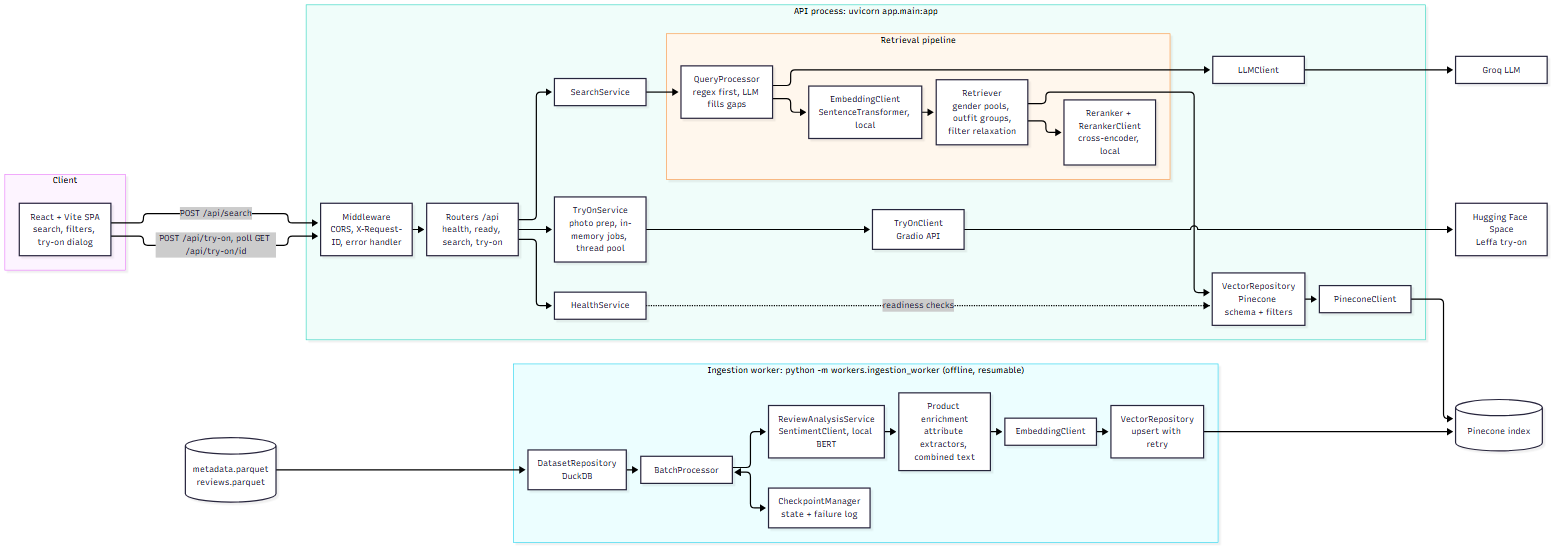
Earlier version of the Mermaid export docs/architecture.png (NeeleshPanchumarthi/Fashion-Recommendation-Sytem). Its source is kept beside it as docs/architecture.mmd.
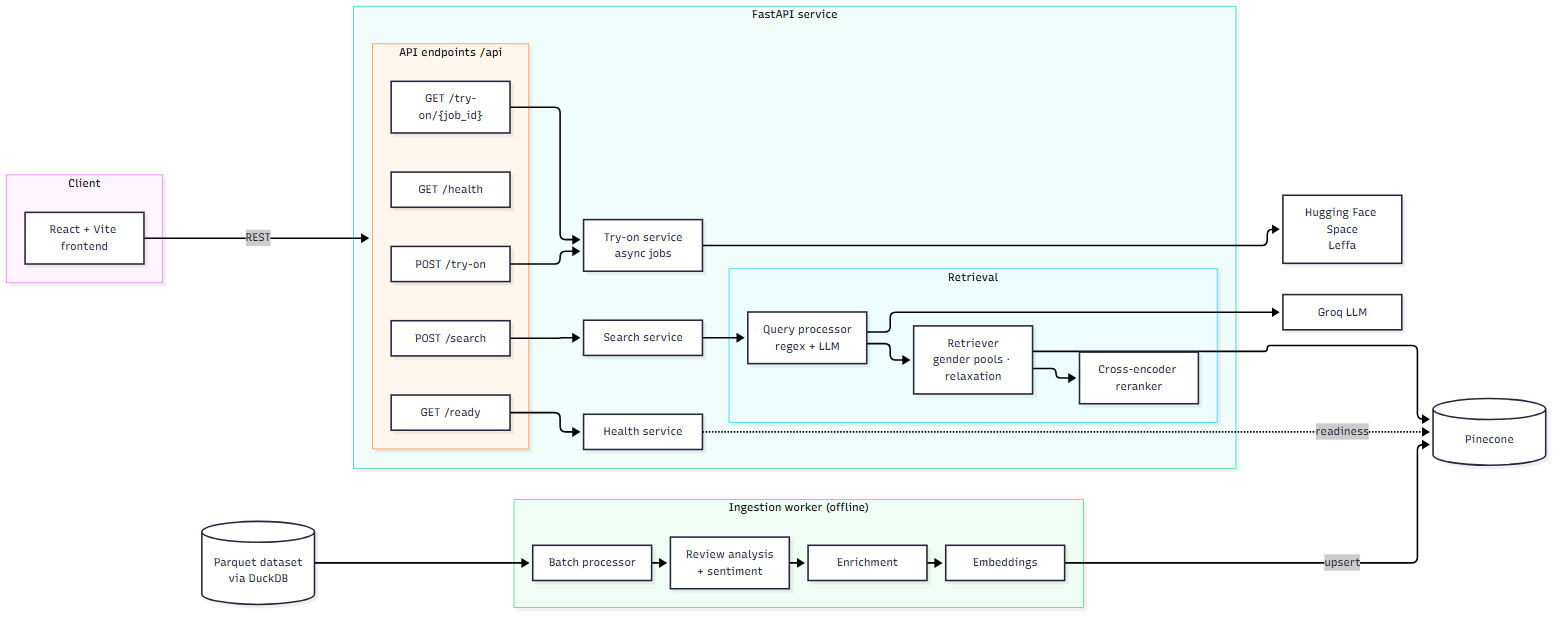
Above is the later version.

Diff of the diagram source:
```diff
@@ -1,58 +1,47 @@
 flowchart LR
-  subgraph CL["Client"]
-    UI["React + Vite SPA<br/>search, filters, try-on dialog"]
-  end
-
-  subgraph API["API process: uvicorn app.main:app"]
-    MW["Middleware<br/>CORS, X-Request-ID, error handler"]
-    RT["Routers /api<br/>health, ready, search, try-on"]
-    HS["HealthService"]
-    SS["SearchService"]
-    TS["TryOnService<br/>photo prep, in-memory jobs, thread pool"]
-
-    subgraph RP["Retrieval pipeline"]
-      QP["QueryProcessor<br/>regex first, LLM fills gaps"]
-      EMB["EmbeddingClient<br/>SentenceTransformer, local"]
-      RET["Retriever<br/>gender pools, outfit groups,<br/>filter relaxation"]
-      RR["Reranker + RerankerClient<br/>cross-encoder, local"]
+    subgraph Client
+        UI[React + Vite frontend]
     end
 
-    VR["VectorRepository<br/>Pinecone schema + filters"]
-    PCL["PineconeClient"]
-    LLMC["LLMClient"]
-    TCL["TryOnClient<br/>Gradio API"]
-  end
+    subgraph API["FastAPI service"]
+        subgraph EP["API endpoints /api"]
+            E1["GET /health"]
+            E2["GET /ready"]
+            E3["POST /search"]
+            E4["POST /try-on"]
+            E5["GET /try-on/#123;job_id#125;"]
+        end
 
-  subgraph WK["Ingestion worker: python -m workers.ingestion_worker (offline, resumable)"]
-    DR["DatasetRepository<br/>DuckDB"]
-    BP["BatchProcessor"]
-    RA["ReviewAnalysisService<br/>SentimentClient, local BERT"]
-    EN["Product enrichment<br/>attribute extractors, combined text"]
-    EMB2["EmbeddingClient"]
-    VR2["VectorRepository<br/>upsert with retry"]
-    CK["CheckpointManager<br/>state + failure log"]
-  end
+        HS[Health service]
+        S[Search service]
 
-  DS[("metadata.parquet<br/>reviews.parquet")]
-  PC[("Pinecone index")]
-  GQ["Groq LLM"]
-  HF["Hugging Face Space<br/>Leffa try-on"]
+        subgraph RP["Retrieval"]
+            QP[Query processor<br/>regex + LLM]
+            RT[Retriever<br/>gender pools · relaxation]
+            RR[Cross-encoder reranker]
 
-  UI -->|"POST /api/search"| MW
-  UI -->|"POST /api/try-on, poll GET /api/try-on/id"| MW
-  MW --> RT
-  RT --> SS
-  RT --> TS
-  RT --> HS
-  SS --> QP
-  QP --> EMB
-  EMB --> RET
-  RET --> RR
-  QP --> LLMC --> GQ
-  RET --> VR --> PCL --> PC
-  TS --> TCL --> HF
-  HS -.->|"readiness checks"| VR
+            QP --> RT --> RR
+        end
 
-  DS --> DR --> BP
-  BP --> RA --> EN --> EMB2 --> VR2 --> PC
-  BP <--> CK
+        TO[Try-on service<br/>async jobs]
+
+        E2 --> HS
+        E3 --> S --> QP
+        E4 --> TO
+        E5 --> TO
+    end
+
+    subgraph Worker["Ingestion worker (offline)"]
+        W[Batch processor] --> RA[Review analysis<br/>+ sentiment]
+        RA --> EN[Enrichment] --> EM[Embeddings]
+    end
+
+    UI -->|REST| EP
+    HS -.->|readiness| PC
+
+    RT --> PC[(Pinecone)]
+    QP --> GQ[Groq LLM]
+    TO --> HF[Hugging Face Space<br/>Leffa]
+
+    DS[(Parquet dataset<br/>via DuckDB)] --> W
+    EM -->|upsert| PC
```
